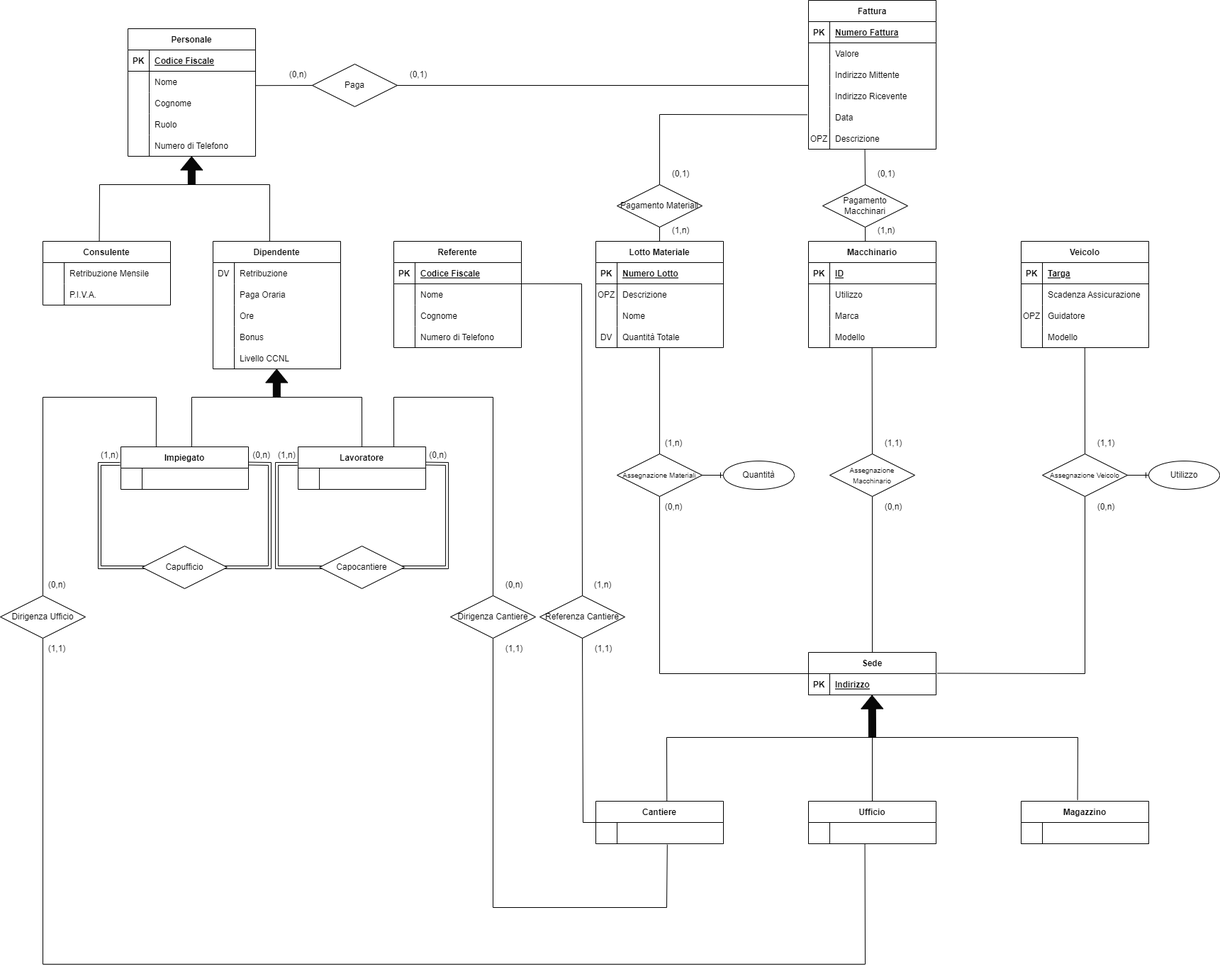
Before: Immagine Diagramma ER.png, a diagram exported from draw.io (JacopoPassariello/BD2022). Source tidied: cells renumbered, new cells last; positions are measured from the earlier drawing's top-left corner, leaving out a move shared by most shapes.
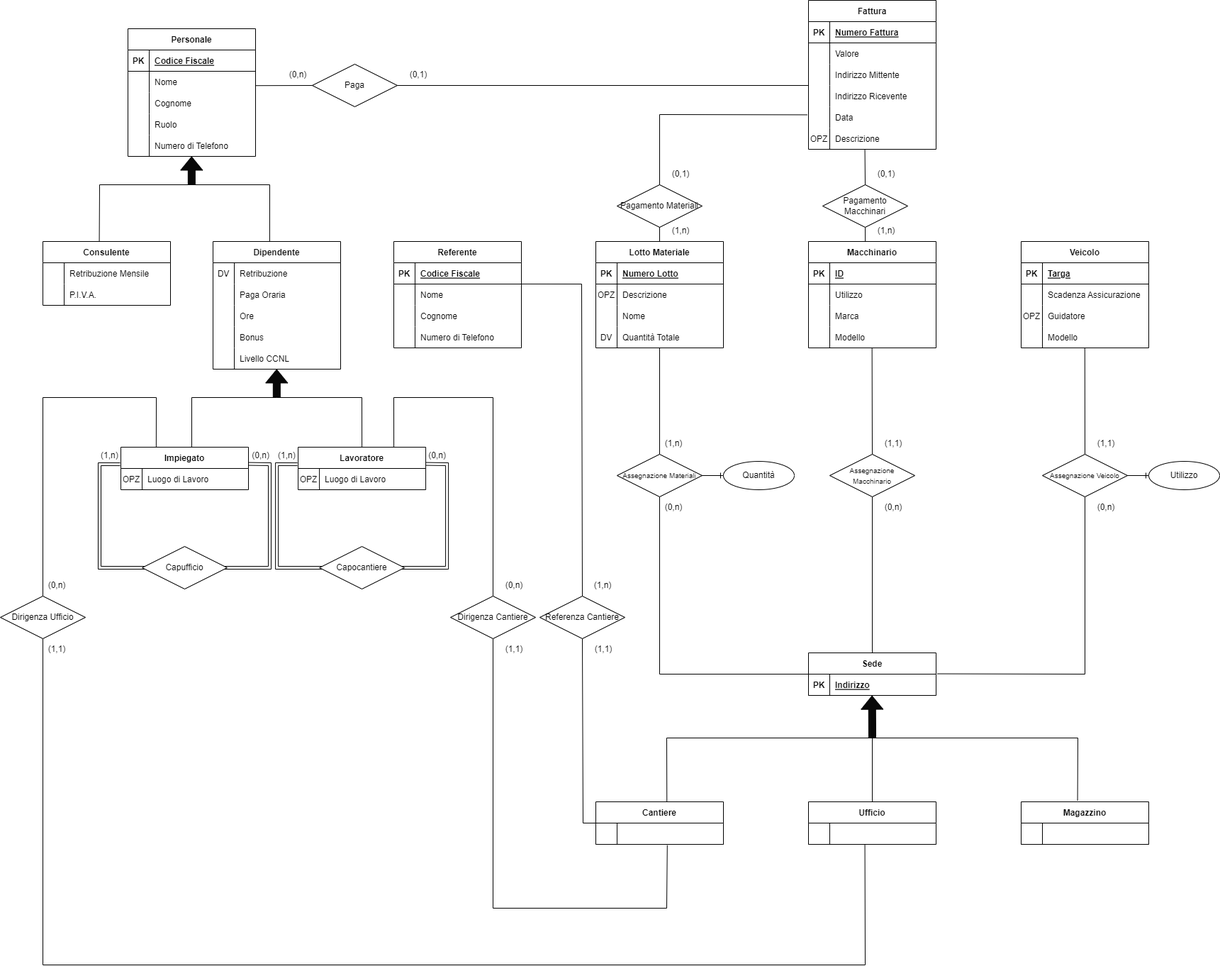
Later version of the same file.

The edit, as a diff of the source:
```diff
@@ -165,10 +165,10 @@
     <mxCell id="48" style="shape=tableRow;horizontal=0;startSize=0;swimlaneHead=0;swimlaneBody=0;fillColor=none;top=0;left=0;right=0;bottom=0;" parent="47" vertex="1">
       <mxGeometry y="30" width="180" height="30" as="geometry" />
     </mxCell>
-    <mxCell id="49" style="shape=partialRectangle;fillColor=none;top=0;left=0;bottom=0;right=0;overflow=hidden;" parent="48" vertex="1">
+    <mxCell id="49" value="OPZ" style="shape=partialRectangle;fillColor=none;top=0;left=0;bottom=0;right=0;overflow=hidden;" parent="48" vertex="1">
       <mxGeometry width="30" height="30" as="geometry" />
     </mxCell>
-    <mxCell id="50" style="shape=partialRectangle;fillColor=none;top=0;left=0;bottom=0;right=0;align=left;spacingLeft=6;overflow=hidden;" parent="48" vertex="1">
+    <mxCell id="50" value="Luogo di Lavoro" style="shape=partialRectangle;fillColor=none;top=0;left=0;bottom=0;right=0;align=left;spacingLeft=6;overflow=hidden;" parent="48" vertex="1">
       <mxGeometry x="30" width="150" height="30" as="geometry" />
     </mxCell>
     <mxCell id="51" style="endArrow=none;html=1;rounded=0;fillColor=#080808;exitX=0.556;exitY=0;exitDx=0;exitDy=0;exitPerimeter=0;" parent="1" edge="1">
@@ -213,10 +213,10 @@
     <mxCell id="58" style="shape=tableRow;horizontal=0;startSize=0;swimlaneHead=0;swimlaneBody=0;fillColor=none;top=0;left=0;right=0;bottom=0;" parent="57" vertex="1">
       <mxGeometry y="30" width="180" height="30" as="geometry" />
     </mxCell>
-    <mxCell id="59" style="shape=partialRectangle;fillColor=none;top=0;left=0;bottom=0;right=0;overflow=hidden;" parent="58" vertex="1">
+    <mxCell id="59" value="OPZ" style="shape=partialRectangle;fillColor=none;top=0;left=0;bottom=0;right=0;overflow=hidden;" parent="58" vertex="1">
       <mxGeometry width="30" height="30" as="geometry" />
     </mxCell>
-    <mxCell id="60" style="shape=partialRectangle;fillColor=none;top=0;left=0;bottom=0;right=0;align=left;spacingLeft=6;overflow=hidden;" parent="58" vertex="1">
+    <mxCell id="60" value="Luogo di Lavoro" style="shape=partialRectangle;fillColor=none;top=0;left=0;bottom=0;right=0;align=left;spacingLeft=6;overflow=hidden;" parent="58" vertex="1">
       <mxGeometry x="30" width="150" height="30" as="geometry" />
     </mxCell>
     <mxCell id="61" style="shape=link;html=1;rounded=0;fillColor=#080808;entryX=1.002;entryY=0.393;entryDx=0;entryDy=0;entryPerimeter=0;exitX=-0.006;exitY=0.401;exitDx=0;exitDy=0;exitPerimeter=0;" parent="1" edge="1" source="57" target="57">
```
